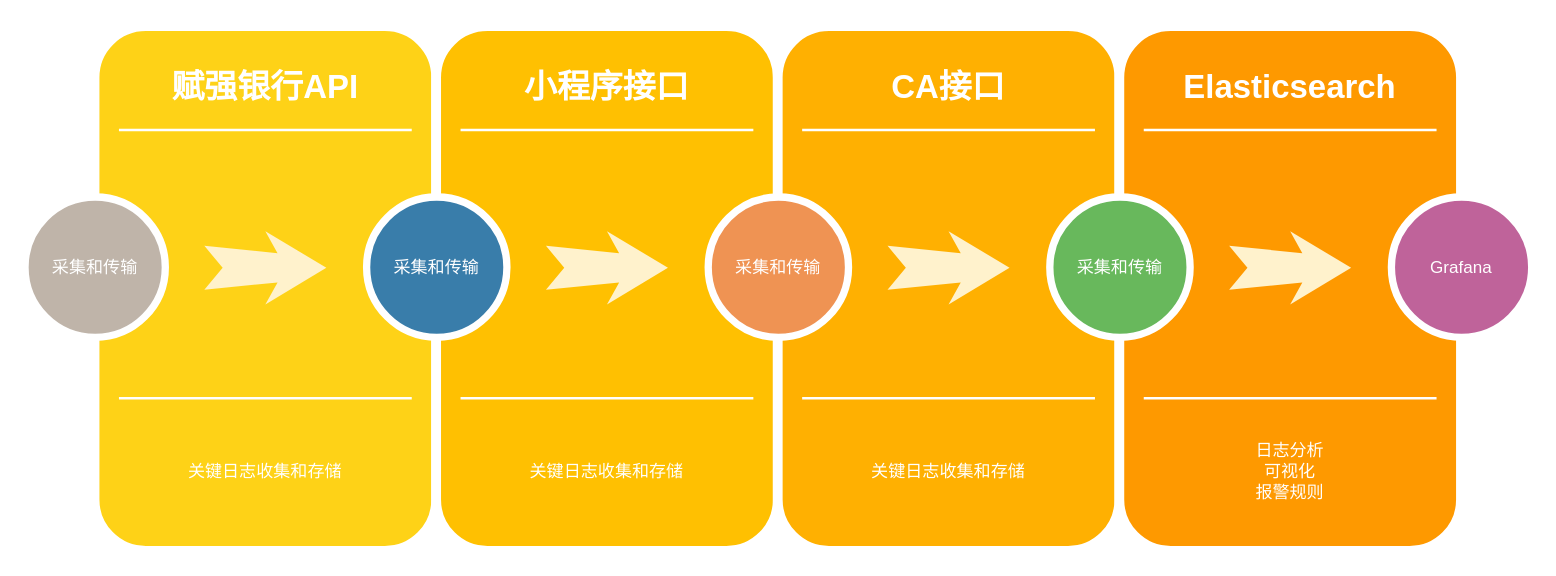
Earlier version of the draw.io diagram page "服务监控" (3 of 4) of 监控平台.drawio (wuyongfeng/wuyongfeng). Source tidied: cells renumbered, new cells numbered last; positions are measured from the earlier drawing's top-left corner, leaving out a move shared by most shapes. Both pictures are drawn from the tidied source at 122%, with x=0, y=0 at pixel (24, 26).
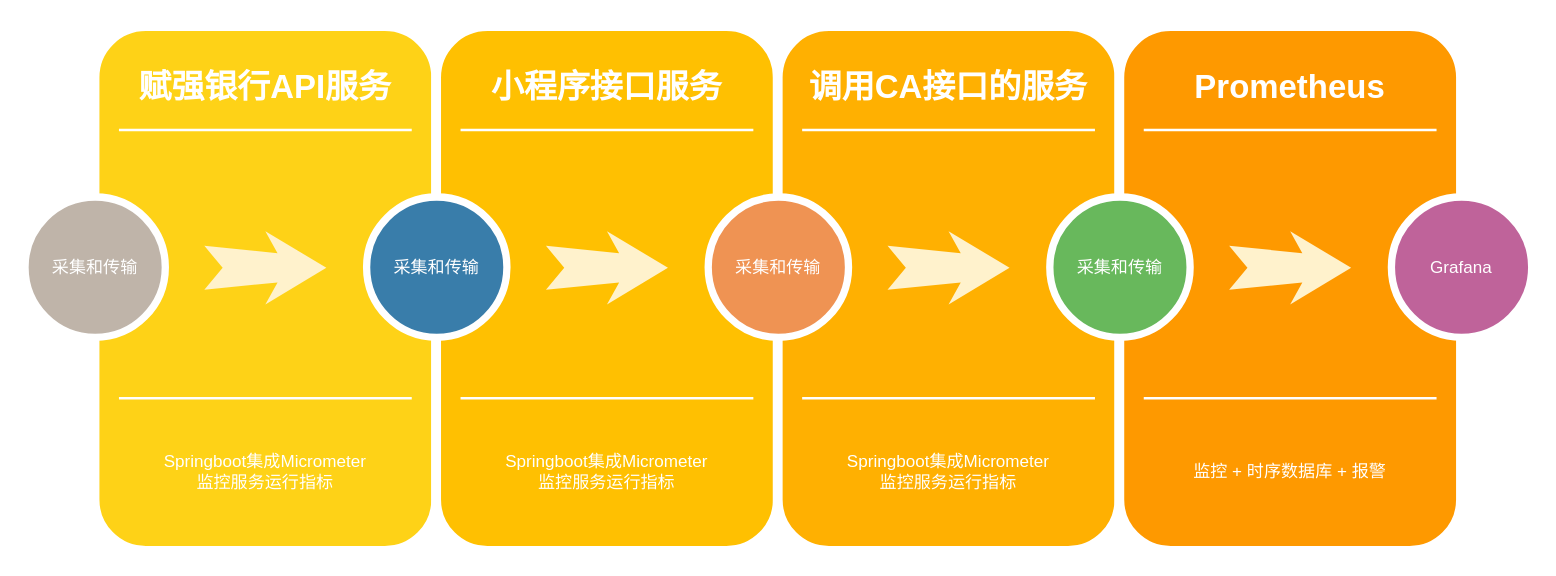
Above is the later version.

Change to the diagram source:
```diff
@@
-    <mxCell id="3" value="赋强银行API" style="text;html=1;strokeColor=none;fillColor=none;align=center;verticalAlign=middle;whiteSpace=wrap;rounded=0;shadow=0;fontSize=27;fontColor=#FFFFFF;fontStyle=1;" parent="1" vertex="1">
+    <mxCell id="3" value="赋强银行API服务" style="text;html=1;strokeColor=none;fillColor=none;align=center;verticalAlign=middle;whiteSpace=wrap;rounded=0;shadow=0;fontSize=27;fontColor=#FFFFFF;fontStyle=1;" parent="1" vertex="1">
       <mxGeometry x="57" y="20" width="280" height="60" as="geometry" />
     </mxCell>
-    <mxCell id="4" value="&lt;div&gt;关键日志收集和存储&lt;/div&gt;" style="text;html=1;strokeColor=none;fillColor=none;align=center;verticalAlign=middle;whiteSpace=wrap;rounded=0;shadow=0;fontSize=14;fontColor=#FFFFFF;" parent="1" vertex="1">
+    <mxCell id="4" value="Springboot集成Micrometer&lt;br&gt;监控服务运行指标" style="text;html=1;strokeColor=none;fillColor=none;align=center;verticalAlign=middle;whiteSpace=wrap;rounded=0;shadow=0;fontSize=14;fontColor=#FFFFFF;" parent="1" vertex="1">
       <mxGeometry x="57" y="320" width="280" height="90" as="geometry" />
     </mxCell>
@@
-    <mxCell id="10" value="小程序接口" style="text;html=1;strokeColor=none;fillColor=none;align=center;verticalAlign=middle;whiteSpace=wrap;rounded=0;shadow=0;fontSize=27;fontColor=#FFFFFF;fontStyle=1;" parent="1" vertex="1">
+    <mxCell id="10" value="小程序接口服务" style="text;html=1;strokeColor=none;fillColor=none;align=center;verticalAlign=middle;whiteSpace=wrap;rounded=0;shadow=0;fontSize=27;fontColor=#FFFFFF;fontStyle=1;" parent="1" vertex="1">
       <mxGeometry x="337" y="20" width="280" height="60" as="geometry" />
     </mxCell>
-    <mxCell id="11" value="关键日志收集和存储" style="text;html=1;strokeColor=none;fillColor=none;align=center;verticalAlign=middle;whiteSpace=wrap;rounded=0;shadow=0;fontSize=14;fontColor=#FFFFFF;" parent="1" vertex="1">
+    <mxCell id="11" value="Springboot集成Micrometer&lt;br&gt;监控服务运行指标" style="text;html=1;strokeColor=none;fillColor=none;align=center;verticalAlign=middle;whiteSpace=wrap;rounded=0;shadow=0;fontSize=14;fontColor=#FFFFFF;" parent="1" vertex="1">
       <mxGeometry x="337" y="320" width="280" height="90" as="geometry" />
     </mxCell>
@@
-    <mxCell id="17" value="CA接口" style="text;html=1;strokeColor=none;fillColor=none;align=center;verticalAlign=middle;whiteSpace=wrap;rounded=0;shadow=0;fontSize=27;fontColor=#FFFFFF;fontStyle=1;" parent="1" vertex="1">
+    <mxCell id="17" value="调用CA接口的服务" style="text;html=1;strokeColor=none;fillColor=none;align=center;verticalAlign=middle;whiteSpace=wrap;rounded=0;shadow=0;fontSize=27;fontColor=#FFFFFF;fontStyle=1;" parent="1" vertex="1">
       <mxGeometry x="617" y="20" width="280" height="60" as="geometry" />
     </mxCell>
-    <mxCell id="18" value="关键日志收集和存储" style="text;html=1;strokeColor=none;fillColor=none;align=center;verticalAlign=middle;whiteSpace=wrap;rounded=0;shadow=0;fontSize=14;fontColor=#FFFFFF;" parent="1" vertex="1">
+    <mxCell id="18" value="Springboot集成Micrometer&lt;br&gt;监控服务运行指标" style="text;html=1;strokeColor=none;fillColor=none;align=center;verticalAlign=middle;whiteSpace=wrap;rounded=0;shadow=0;fontSize=14;fontColor=#FFFFFF;" parent="1" vertex="1">
       <mxGeometry x="617" y="320" width="280" height="90" as="geometry" />
     </mxCell>
@@
-    <mxCell id="24" value="Elasticsearch" style="text;html=1;strokeColor=none;fillColor=none;align=center;verticalAlign=middle;whiteSpace=wrap;rounded=0;shadow=0;fontSize=27;fontColor=#FFFFFF;fontStyle=1;" parent="1" vertex="1">
+    <mxCell id="24" value="Prometheus" style="text;html=1;strokeColor=none;fillColor=none;align=center;verticalAlign=middle;whiteSpace=wrap;rounded=0;shadow=0;fontSize=27;fontColor=#FFFFFF;fontStyle=1;" parent="1" vertex="1">
       <mxGeometry x="897" y="20" width="280" height="60" as="geometry" />
     </mxCell>
-    <mxCell id="25" value="&lt;div&gt;日志分析&lt;br&gt;可视化&lt;/div&gt;&lt;div&gt;报警规则&lt;/div&gt;" style="text;html=1;strokeColor=none;fillColor=none;align=center;verticalAlign=middle;whiteSpace=wrap;rounded=0;shadow=0;fontSize=14;fontColor=#FFFFFF;" parent="1" vertex="1">
+    <mxCell id="25" value="监控&amp;nbsp;+&amp;nbsp;时序数据库&amp;nbsp;+&amp;nbsp;报警" style="text;html=1;strokeColor=none;fillColor=none;align=center;verticalAlign=middle;whiteSpace=wrap;rounded=0;shadow=0;fontSize=14;fontColor=#FFFFFF;" parent="1" vertex="1">
       <mxGeometry x="897" y="320" width="280" height="90" as="geometry" />
     </mxCell>
```
